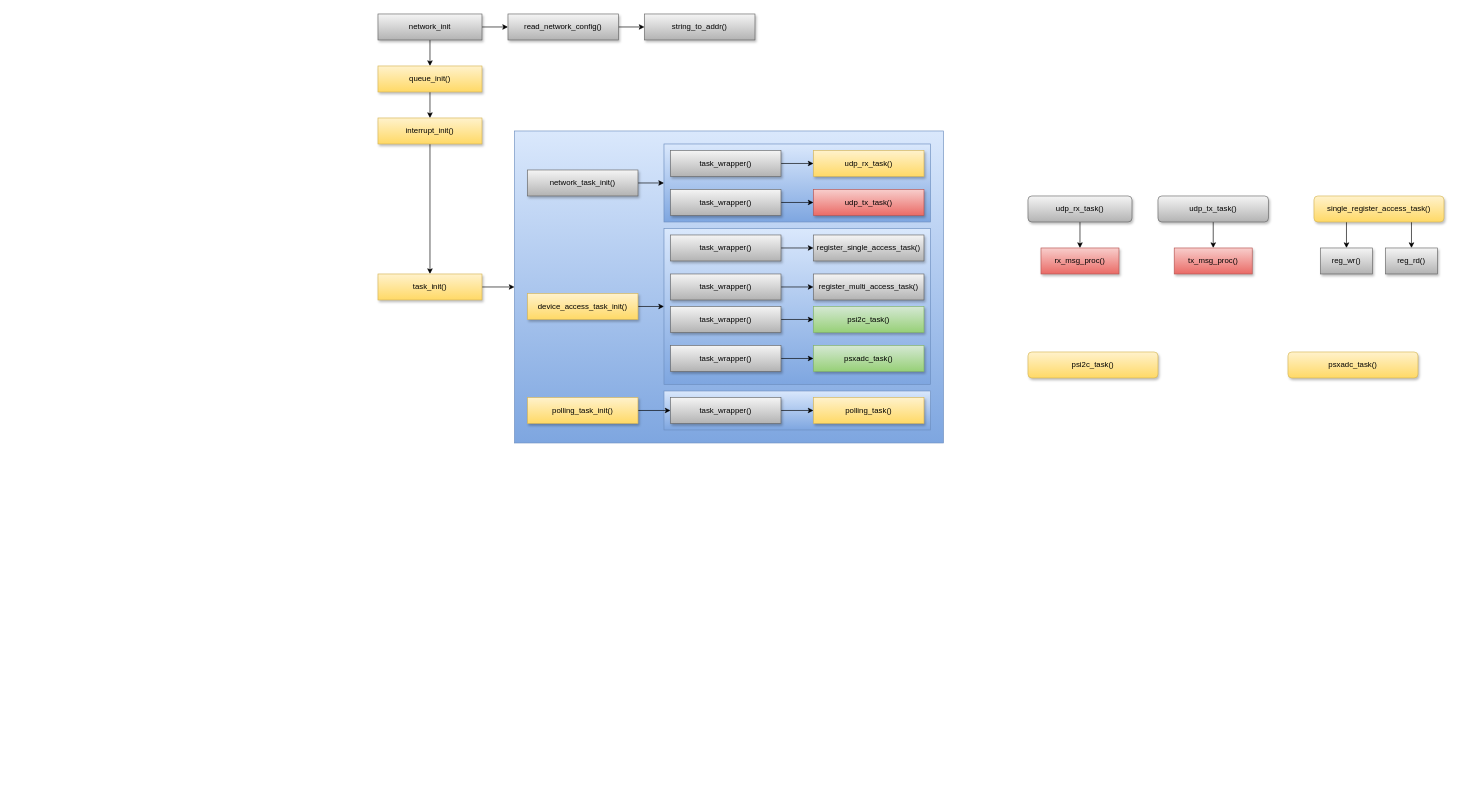
The draw.io diagram page "functions" (3 of 5) of doc/class.drawio in NSLS2/ZynqDetector, before the edit. Source tidied: cells renumbered, new cells numbered last; positions are measured from the earlier drawing's top-left corner, leaving out a move shared by most shapes. Both pictures are drawn from the tidied source at 65%, with x=0, y=0 at pixel (378, 14).
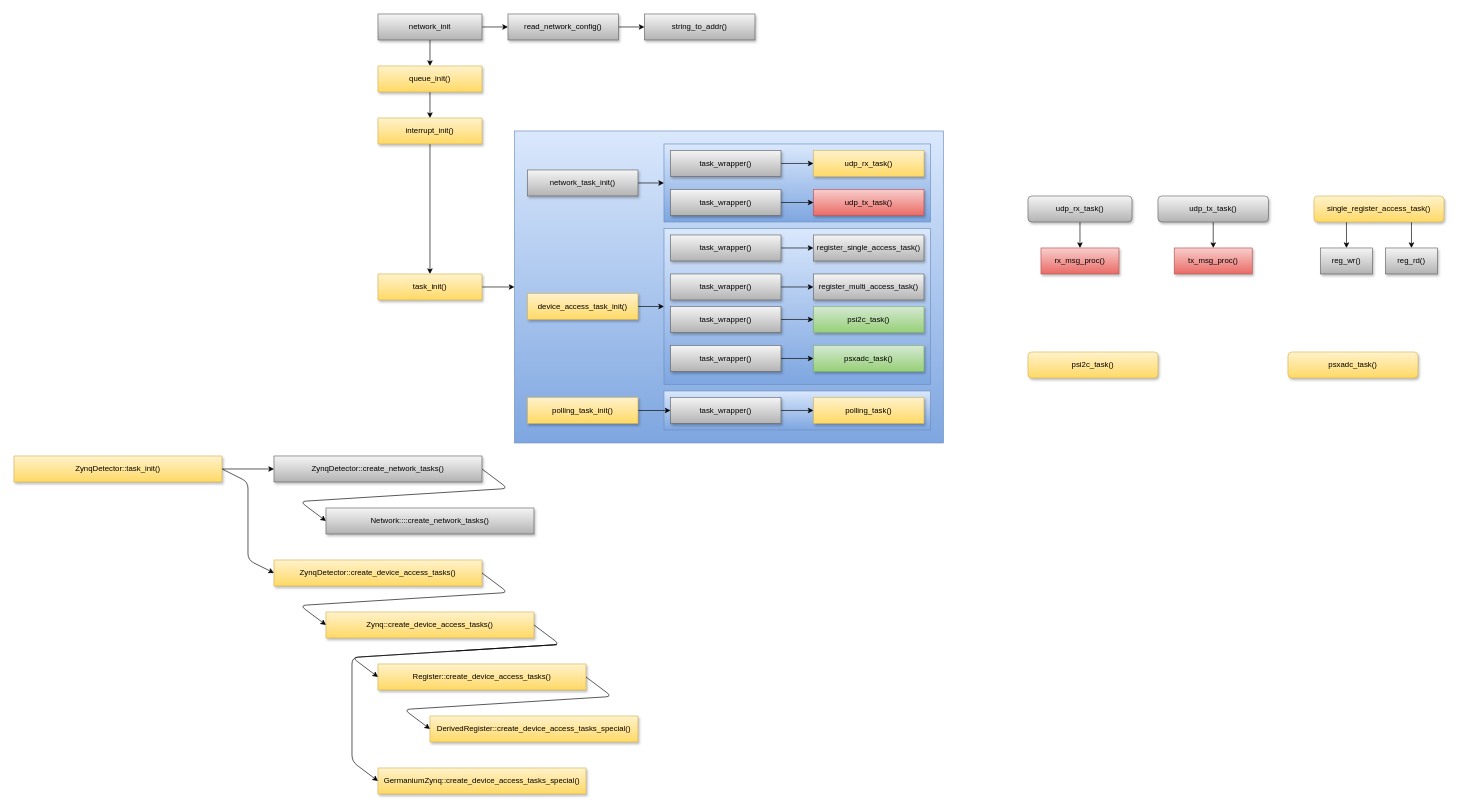
The same diagram, later.

Diff of the diagram source:
```diff
@@
+    <mxCell id="58" style="edgeStyle=none;html=1;entryX=0;entryY=0.5;entryDx=0;entryDy=0;exitX=1;exitY=0.5;exitDx=0;exitDy=0;" parent="1" edge="1" source="59" target="64">
+      <mxGeometry relative="1" as="geometry">
+        <Array as="points">
+          <mxPoint x="200" y="730" />
+          <mxPoint x="-120" y="750" />
+        </Array>
+      </mxGeometry>
+    </mxCell>
+    <mxCell id="59" value="&lt;span style=&quot;color: rgb(0, 0, 0); text-align: left;&quot;&gt;ZynqDetector::create_network_tasks()&lt;/span&gt;" style="rounded=0;whiteSpace=wrap;html=1;fillColor=#f5f5f5;gradientColor=#b3b3b3;strokeColor=#666666;shadow=1;" parent="1" vertex="1">
+      <mxGeometry x="-160" y="680" width="320" height="40" as="geometry" />
+    </mxCell>
+    <mxCell id="60" value="&lt;span style=&quot;color: rgb(0, 0, 0); text-align: left;&quot;&gt;ZynqDetector::create_device_access_tasks()&lt;/span&gt;" style="rounded=0;whiteSpace=wrap;html=1;fillColor=#fff2cc;gradientColor=#ffd966;strokeColor=#d6b656;shadow=1;" parent="1" vertex="1">
+      <mxGeometry x="-160" y="840" width="320" height="40" as="geometry" />
+    </mxCell>
+    <mxCell id="61" style="edgeStyle=none;html=1;entryX=0;entryY=0.5;entryDx=0;entryDy=0;" parent="1" edge="1" source="63" target="59">
+      <mxGeometry relative="1" as="geometry" />
+    </mxCell>
+    <mxCell id="62" style="edgeStyle=none;html=1;entryX=0;entryY=0.5;entryDx=0;entryDy=0;exitX=1;exitY=0.5;exitDx=0;exitDy=0;" parent="1" edge="1" source="63" target="60">
+      <mxGeometry relative="1" as="geometry">
+        <Array as="points">
+          <mxPoint x="-200" y="720" />
+          <mxPoint x="-200" y="840" />
+        </Array>
+      </mxGeometry>
+    </mxCell>
+    <mxCell id="63" value="&lt;span style=&quot;color: rgb(0, 0, 0); text-align: left;&quot;&gt;ZynqDetector::&lt;/span&gt;task_init()" style="rounded=0;whiteSpace=wrap;html=1;fillColor=#fff2cc;gradientColor=#ffd966;strokeColor=#d6b656;shadow=1;" parent="1" vertex="1">
+      <mxGeometry x="-560" y="680" width="320" height="40" as="geometry" />
+    </mxCell>
+    <mxCell id="64" value="&lt;span style=&quot;color: rgb(0, 0, 0); text-align: left;&quot;&gt;Network::::create_network_tasks()&lt;/span&gt;" style="rounded=0;whiteSpace=wrap;html=1;fillColor=#f5f5f5;gradientColor=#b3b3b3;strokeColor=#666666;shadow=1;" parent="1" vertex="1">
+      <mxGeometry x="-80" y="760" width="320" height="40" as="geometry" />
+    </mxCell>
+    <mxCell id="65" value="&lt;span style=&quot;color: rgb(0, 0, 0); text-align: left;&quot;&gt;Zynq::create_device_access_tasks()&lt;/span&gt;" style="rounded=0;whiteSpace=wrap;html=1;fillColor=#fff2cc;gradientColor=#ffd966;strokeColor=#d6b656;shadow=1;" parent="1" vertex="1">
+      <mxGeometry x="-80" y="920" width="320" height="40" as="geometry" />
+    </mxCell>
+    <mxCell id="66" value="&lt;span style=&quot;color: rgb(0, 0, 0); text-align: left;&quot;&gt;Register::create_device_access_tasks()&lt;/span&gt;" style="rounded=0;whiteSpace=wrap;html=1;fillColor=#fff2cc;gradientColor=#ffd966;strokeColor=#d6b656;shadow=1;" parent="1" vertex="1">
+      <mxGeometry y="1000" width="320" height="40" as="geometry" />
+    </mxCell>
+    <mxCell id="67" style="edgeStyle=none;html=1;exitX=1;exitY=0.5;exitDx=0;exitDy=0;entryX=0;entryY=0.5;entryDx=0;entryDy=0;" parent="1" edge="1" source="60" target="65">
+      <mxGeometry relative="1" as="geometry">
+        <Array as="points">
+          <mxPoint x="200" y="890" />
+          <mxPoint x="-120" y="910" />
+        </Array>
+      </mxGeometry>
+    </mxCell>
+    <mxCell id="68" style="edgeStyle=none;html=1;exitX=1;exitY=0.5;exitDx=0;exitDy=0;entryX=0;entryY=0.5;entryDx=0;entryDy=0;" parent="1" edge="1" source="65" target="66">
+      <mxGeometry relative="1" as="geometry">
+        <Array as="points">
+          <mxPoint x="280" y="970" />
+          <mxPoint x="-40" y="990" />
+        </Array>
+      </mxGeometry>
+    </mxCell>
+    <mxCell id="69" value="&lt;span style=&quot;color: rgb(0, 0, 0); text-align: left;&quot;&gt;GermaniumZynq::create_device_access_tasks_special()&lt;/span&gt;" style="rounded=0;whiteSpace=wrap;html=1;fillColor=#fff2cc;gradientColor=#ffd966;strokeColor=#d6b656;shadow=1;" parent="1" vertex="1">
+      <mxGeometry y="1160" width="320" height="40" as="geometry" />
+    </mxCell>
+    <mxCell id="70" value="&lt;span style=&quot;color: rgb(0, 0, 0); text-align: left;&quot;&gt;DerivedRegister::create_device_access_tasks_special()&lt;/span&gt;" style="rounded=0;whiteSpace=wrap;html=1;fillColor=#fff2cc;gradientColor=#ffd966;strokeColor=#d6b656;shadow=1;" parent="1" vertex="1">
+      <mxGeometry x="80" y="1080" width="320" height="40" as="geometry" />
+    </mxCell>
+    <mxCell id="71" style="edgeStyle=none;html=1;entryX=0;entryY=0.5;entryDx=0;entryDy=0;exitX=1;exitY=0.5;exitDx=0;exitDy=0;" parent="1" edge="1" source="66" target="70">
+      <mxGeometry relative="1" as="geometry">
+        <Array as="points">
+          <mxPoint x="360" y="1050" />
+          <mxPoint x="40" y="1070" />
+        </Array>
+      </mxGeometry>
+    </mxCell>
+    <mxCell id="72" style="edgeStyle=none;html=1;entryX=0;entryY=0.5;entryDx=0;entryDy=0;" parent="1" edge="1" source="68" target="69">
+      <mxGeometry relative="1" as="geometry">
+        <Array as="points">
+          <mxPoint x="280" y="970" />
+          <mxPoint x="-40" y="990" />
+          <mxPoint x="-40" y="1150" />
+        </Array>
+      </mxGeometry>
+    </mxCell>
```
